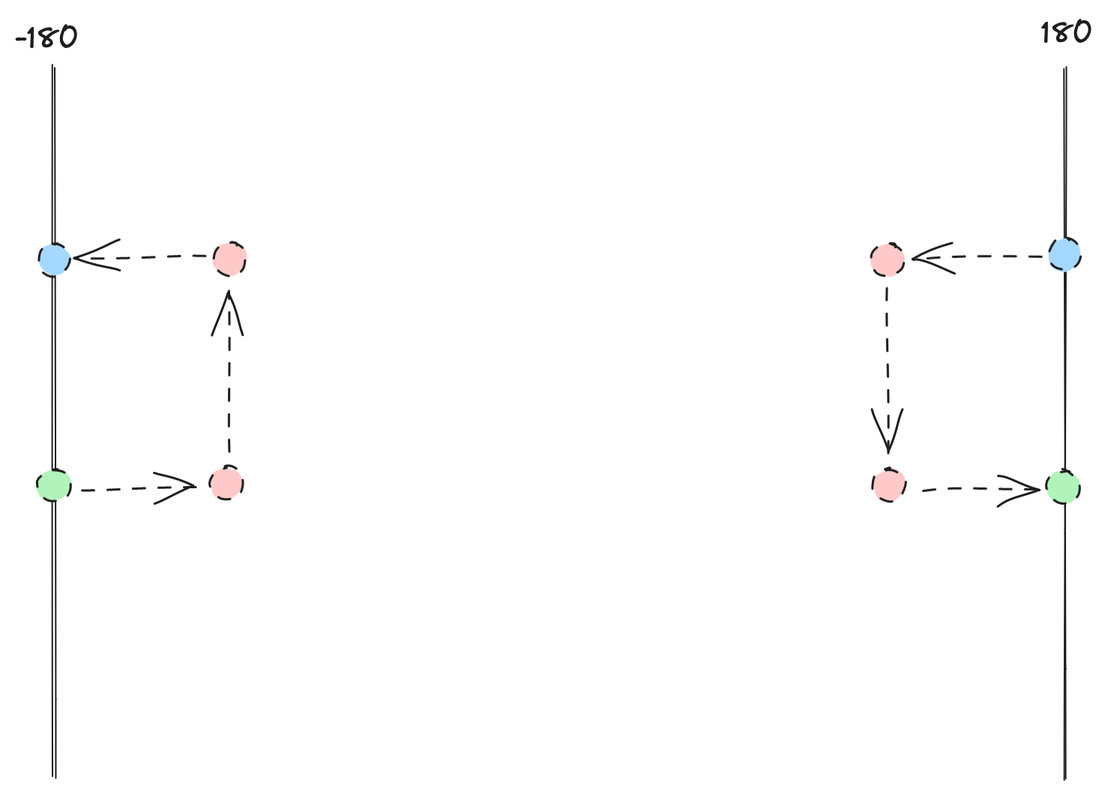
Above: docs/img/finish-segmentation.png in gadomski/antimeridian (Excalidraw), before the change. Source tidied: one line per element, renumbered; positions are measured from the earlier drawing's top-left corner, leaving out a move shared by most shapes.
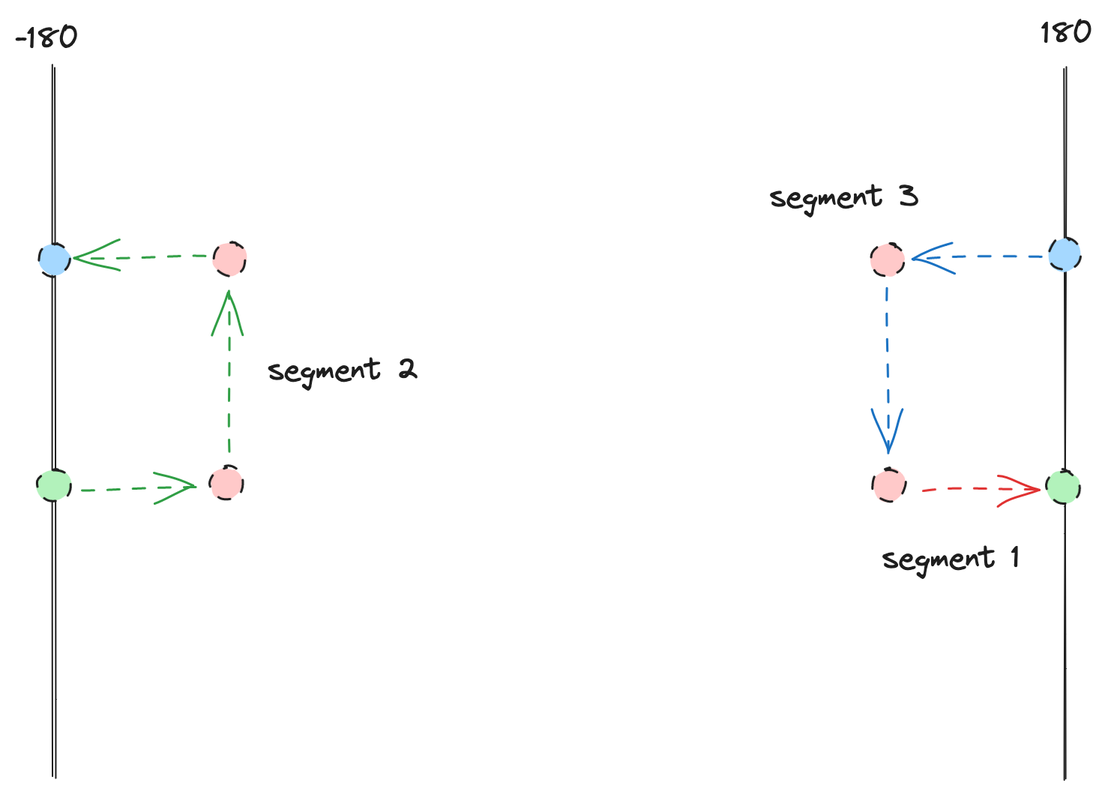
After the commit.

The edit, as a diff of the source:
```diff
@@ -7,12 +7,15 @@
 {"id": 6, "type": "ellipse", "strokeColor": "#1e1e1e", "backgroundColor": "#ffc9c9", "fillStyle": "solid", "strokeWidth": 1, "strokeStyle": "dashed", "roughness": 1, "x": 571, "y": 152, "width": 22, "height": 22}
 {"id": 7, "type": "ellipse", "strokeColor": "#1e1e1e", "backgroundColor": "#ffc9c9", "fillStyle": "solid", "strokeWidth": 1, "strokeStyle": "dashed", "roughness": 1, "x": 572, "y": 302, "width": 22, "height": 22}
 {"id": 8, "type": "ellipse", "strokeColor": "#1e1e1e", "backgroundColor": "#b2f2bb", "fillStyle": "solid", "strokeWidth": 1, "strokeStyle": "dashed", "roughness": 1, "x": 688, "y": 304, "width": 22, "height": 22}
-{"id": 9, "type": "arrow", "strokeColor": "#1e1e1e", "backgroundColor": "#b2f2bb", "fillStyle": "solid", "strokeWidth": 1, "strokeStyle": "dashed", "roughness": 1, "endArrowhead": "arrow", "from": 7, "to": 8, "x": 604, "y": 316, "width": 77, "height": 0, "points": [[0, 0], [77, 0]]}
+{"id": 9, "type": "arrow", "strokeColor": "#e03131", "backgroundColor": "#b2f2bb", "fillStyle": "solid", "strokeWidth": 1, "strokeStyle": "dashed", "roughness": 1, "endArrowhead": "arrow", "from": 7, "to": 8, "x": 604, "y": 316, "width": 77, "height": 0, "points": [[0, 0], [77, 0]]}
 {"id": 10, "type": "ellipse", "strokeColor": "#1e1e1e", "backgroundColor": "#b2f2bb", "fillStyle": "solid", "strokeWidth": 1, "strokeStyle": "dashed", "roughness": 1, "x": 15, "y": 302, "width": 22, "height": 22}
-{"id": 11, "type": "arrow", "strokeColor": "#1e1e1e", "backgroundColor": "#b2f2bb", "fillStyle": "solid", "strokeWidth": 1, "strokeStyle": "dashed", "roughness": 1, "endArrowhead": "arrow", "from": 10, "to": 5, "x": 44, "y": 316, "width": 78, "height": 1, "points": [[0, 0], [78, -1]]}
+{"id": 11, "type": "arrow", "strokeColor": "#2f9e44", "backgroundColor": "#b2f2bb", "fillStyle": "solid", "strokeWidth": 1, "strokeStyle": "dashed", "roughness": 1, "endArrowhead": "arrow", "from": 10, "to": 5, "x": 44, "y": 316, "width": 78, "height": 1, "points": [[0, 0], [78, -1]]}
-{"id": 12, "type": "arrow", "strokeColor": "#1e1e1e", "backgroundColor": "#b2f2bb", "fillStyle": "solid", "strokeWidth": 1, "strokeStyle": "dashed", "roughness": 1, "endArrowhead": "arrow", "from": 5, "to": 4, "x": 144, "y": 290, "width": 1, "height": 107, "points": [[0, 0], [-1, -107]]}
+{"id": 12, "type": "arrow", "strokeColor": "#2f9e44", "backgroundColor": "#b2f2bb", "fillStyle": "solid", "strokeWidth": 1, "strokeStyle": "dashed", "roughness": 1, "endArrowhead": "arrow", "from": 5, "to": 4, "x": 144, "y": 290, "width": 1, "height": 107, "points": [[0, 0], [-1, -107]]}
 {"id": 13, "type": "ellipse", "strokeColor": "#1e1e1e", "backgroundColor": "#a5d8ff", "fillStyle": "solid", "strokeWidth": 1, "strokeStyle": "dashed", "roughness": 1, "x": 15, "y": 152, "width": 22, "height": 22}
-{"id": 14, "type": "arrow", "strokeColor": "#1e1e1e", "backgroundColor": "#a5d8ff", "fillStyle": "solid", "strokeWidth": 1, "strokeStyle": "dashed", "roughness": 1, "endArrowhead": "arrow", "from": 4, "to": 13, "x": 125, "y": 162, "width": 85, "height": 0, "points": [[0, 0], [-85, 0]]}
+{"id": 14, "type": "arrow", "strokeColor": "#2f9e44", "backgroundColor": "#a5d8ff", "fillStyle": "solid", "strokeWidth": 1, "strokeStyle": "dashed", "roughness": 1, "endArrowhead": "arrow", "from": 4, "to": 13, "x": 125, "y": 162, "width": 85, "height": 0, "points": [[0, 0], [-85, 0]]}
 {"id": 15, "type": "ellipse", "strokeColor": "#1e1e1e", "backgroundColor": "#a5d8ff", "fillStyle": "solid", "strokeWidth": 1, "strokeStyle": "dashed", "roughness": 1, "x": 689, "y": 148, "width": 22, "height": 22}
-{"id": 16, "type": "arrow", "strokeColor": "#1e1e1e", "backgroundColor": "#a5d8ff", "fillStyle": "solid", "strokeWidth": 1, "strokeStyle": "dashed", "roughness": 1, "endArrowhead": "arrow", "from": 15, "to": 6, "x": 686, "y": 160, "width": 86, "height": 4, "points": [[0, 0], [-86, 4]]}
+{"id": 16, "type": "arrow", "strokeColor": "#1971c2", "backgroundColor": "#a5d8ff", "fillStyle": "solid", "strokeWidth": 1, "strokeStyle": "dashed", "roughness": 1, "endArrowhead": "arrow", "from": 15, "to": 6, "x": 686, "y": 160, "width": 86, "height": 4, "points": [[0, 0], [-86, 4]]}
-{"id": 17, "type": "arrow", "strokeColor": "#1e1e1e", "backgroundColor": "#a5d8ff", "fillStyle": "solid", "strokeWidth": 1, "strokeStyle": "dashed", "roughness": 1, "endArrowhead": "arrow", "from": 6, "to": 7, "x": 582, "y": 184, "width": 0, "height": 111, "points": [[0, 0], [0, 111]]}
+{"id": 17, "type": "arrow", "strokeColor": "#1971c2", "backgroundColor": "#a5d8ff", "fillStyle": "solid", "strokeWidth": 1, "strokeStyle": "dashed", "roughness": 1, "endArrowhead": "arrow", "from": 6, "to": 7, "x": 582, "y": 184, "width": 0, "height": 111, "points": [[0, 0], [0, 111]]}
+{"id": 18, "type": "text", "text": "segment 2", "strokeColor": "#1e1e1e", "strokeWidth": 1, "roughness": 1, "fontSize": 20, "fontFamily": 1, "x": 169, "y": 224, "width": 100, "height": 25}
+{"id": 19, "type": "text", "text": "segment 3", "strokeColor": "#1e1e1e", "strokeWidth": 1, "roughness": 1, "fontSize": 20, "fontFamily": 1, "x": 503, "y": 109, "width": 100, "height": 25}
+{"id": 20, "type": "text", "text": "segment 1", "strokeColor": "#1e1e1e", "strokeWidth": 1, "roughness": 1, "fontSize": 20, "fontFamily": 1, "x": 578, "y": 350, "width": 92, "height": 25}
```
